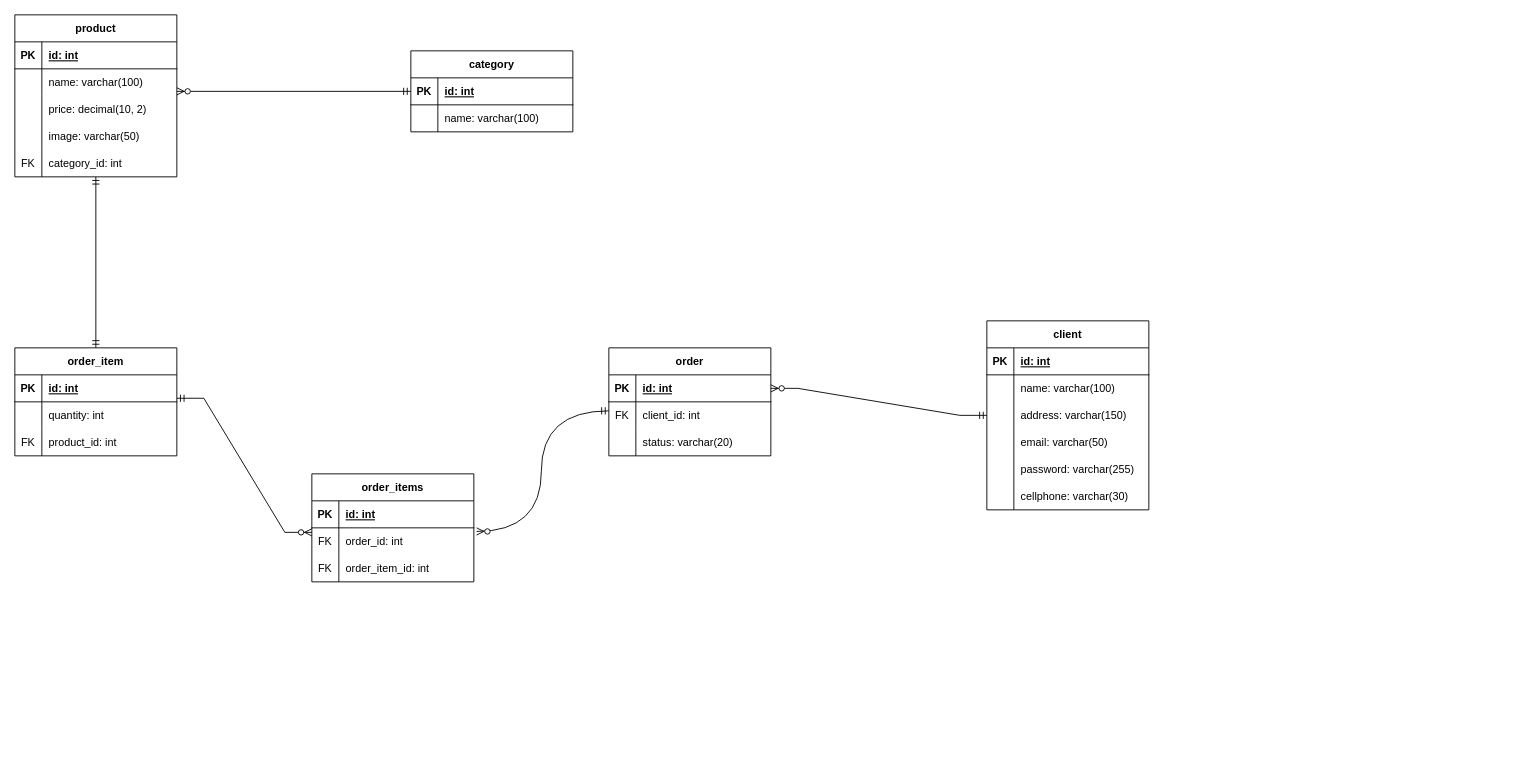
The draw.io diagram docs/ecommerce.drawio in PedroHenrique-git/ecommerce-api, before the edit. Source tidied: cells renumbered, new cells numbered last; positions are measured from the earlier drawing's top-left corner, leaving out a move shared by most shapes. Both pictures are drawn from the tidied source at 90%, with x=0, y=0 at pixel (14, 14).
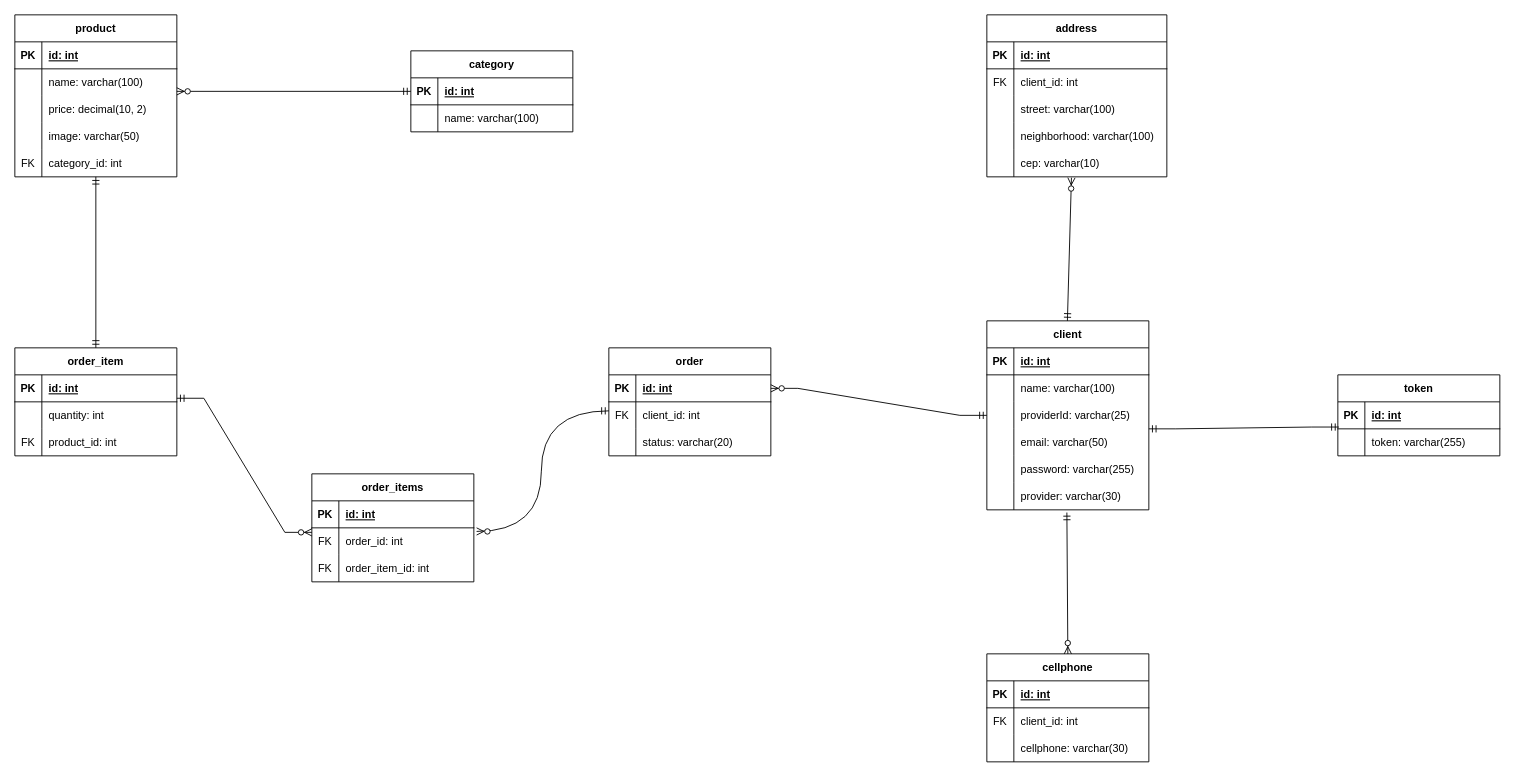
After the change.

Unchanged cells that the change refers to:
```xml
<mxCell id="65" style="shape=tableRow;horizontal=0;startSize=0;swimlaneHead=0;swimlaneBody=0;fillColor=none;points=[[0,0.5],[1,0.5]];portConstraint=eastwest;top=0;left=0;right=0;bottom=0;" parent="58" vertex="1">
  <mxGeometry y="90" width="180" height="30" as="geometry" />
</mxCell>
<mxCell id="74" style="shape=tableRow;horizontal=0;startSize=0;swimlaneHead=0;swimlaneBody=0;fillColor=none;points=[[0,0.5],[1,0.5]];portConstraint=eastwest;top=0;left=0;right=0;bottom=0;" parent="58" vertex="1">
  <mxGeometry y="180" width="180" height="30" as="geometry" />
</mxCell>
```

What changed in the source:
```diff
@@
-    <mxCell id="67" value="address: varchar(150)" style="shape=partialRectangle;fillColor=none;top=0;left=0;bottom=0;right=0;align=left;spacingLeft=6;overflow=hidden;" parent="65" vertex="1">
+    <mxCell id="67" value="providerId: varchar(25)" style="shape=partialRectangle;fillColor=none;top=0;left=0;bottom=0;right=0;align=left;spacingLeft=6;overflow=hidden;" parent="65" vertex="1">
       <mxGeometry x="30" width="150" height="30" as="geometry" />
     </mxCell>
@@
-    <mxCell id="76" value="cellphone: varchar(30)" style="shape=partialRectangle;fillColor=none;top=0;left=0;bottom=0;right=0;align=left;spacingLeft=6;overflow=hidden;" parent="74" vertex="1">
+    <mxCell id="76" value="provider: varchar(30)" style="shape=partialRectangle;fillColor=none;top=0;left=0;bottom=0;right=0;align=left;spacingLeft=6;overflow=hidden;" parent="74" vertex="1">
       <mxGeometry x="30" width="150" height="30" as="geometry" />
     </mxCell>
@@
+    <mxCell id="79" value="token" style="shape=table;startSize=30;childLayout=tableLayout;rowLines=0;fontStyle=1;align=center;" parent="1" vertex="1">
+      <mxGeometry x="1470" y="400" width="180" height="90" as="geometry" />
+    </mxCell>
+    <mxCell id="80" style="shape=tableRow;horizontal=0;startSize=0;swimlaneHead=0;swimlaneBody=0;fillColor=none;points=[[0,0.5],[1,0.5]];portConstraint=eastwest;top=0;left=0;right=0;bottom=1;" parent="79" vertex="1">
+      <mxGeometry y="30" width="180" height="30" as="geometry" />
+    </mxCell>
+    <mxCell id="81" value="PK" style="shape=partialRectangle;fillColor=none;top=0;left=0;bottom=0;right=0;fontStyle=1;overflow=hidden;" parent="80" vertex="1">
+      <mxGeometry width="30" height="30" as="geometry" />
+    </mxCell>
+    <mxCell id="82" value="id: int" style="shape=partialRectangle;fillColor=none;top=0;left=0;bottom=0;right=0;align=left;spacingLeft=6;fontStyle=5;overflow=hidden;" parent="80" vertex="1">
+      <mxGeometry x="30" width="150" height="30" as="geometry" />
+    </mxCell>
+    <mxCell id="83" style="shape=tableRow;horizontal=0;startSize=0;swimlaneHead=0;swimlaneBody=0;fillColor=none;top=0;left=0;right=0;bottom=0;" parent="79" vertex="1">
+      <mxGeometry y="60" width="180" height="30" as="geometry" />
+    </mxCell>
+    <mxCell id="84" style="shape=partialRectangle;fillColor=none;top=0;left=0;bottom=0;right=0;overflow=hidden;" parent="83" vertex="1">
+      <mxGeometry width="30" height="30" as="geometry" />
+    </mxCell>
+    <mxCell id="85" value="token: varchar(255)" style="shape=partialRectangle;fillColor=none;top=0;left=0;bottom=0;right=0;align=left;spacingLeft=6;overflow=hidden;" parent="83" vertex="1">
+      <mxGeometry x="30" width="150" height="30" as="geometry" />
+    </mxCell>
+    <mxCell id="86" style="edgeStyle=entityRelationEdgeStyle;fontSize=12;html=1;endArrow=ERmandOne;startArrow=ERmandOne;rounded=0;entryX=0.006;entryY=0.933;entryDx=0;entryDy=0;entryPerimeter=0;" parent="1" edge="1" target="80">
+      <mxGeometry relative="1" as="geometry">
+        <mxPoint x="1260" y="460" as="sourcePoint" />
+      </mxGeometry>
+    </mxCell>
+    <mxCell id="87" value="address" style="shape=table;startSize=30;childLayout=tableLayout;rowLines=0;fontStyle=1;align=center;" parent="1" vertex="1">
+      <mxGeometry x="1080" width="200" height="180" as="geometry" />
+    </mxCell>
+    <mxCell id="88" style="shape=tableRow;horizontal=0;startSize=0;swimlaneHead=0;swimlaneBody=0;fillColor=none;top=0;left=0;right=0;bottom=1;" parent="87" vertex="1">
+      <mxGeometry y="30" width="200" height="30" as="geometry" />
+    </mxCell>
+    <mxCell id="89" value="PK" style="shape=partialRectangle;fillColor=none;top=0;left=0;bottom=0;right=0;fontStyle=1;overflow=hidden;" parent="88" vertex="1">
+      <mxGeometry width="30" height="30" as="geometry" />
+    </mxCell>
+    <mxCell id="90" value="id: int" style="shape=partialRectangle;fillColor=none;top=0;left=0;bottom=0;right=0;align=left;spacingLeft=6;fontStyle=5;overflow=hidden;" parent="88" vertex="1">
+      <mxGeometry x="30" width="170" height="30" as="geometry" />
+    </mxCell>
+    <mxCell id="91" style="shape=tableRow;horizontal=0;startSize=0;swimlaneHead=0;swimlaneBody=0;fillColor=none;top=0;left=0;right=0;bottom=0;" parent="87" vertex="1">
+      <mxGeometry y="60" width="200" height="30" as="geometry" />
+    </mxCell>
+    <mxCell id="92" value="FK" style="shape=partialRectangle;fillColor=none;top=0;left=0;bottom=0;right=0;overflow=hidden;" parent="91" vertex="1">
+      <mxGeometry width="30" height="30" as="geometry" />
+    </mxCell>
+    <mxCell id="93" value="client_id: int" style="shape=partialRectangle;fillColor=none;top=0;left=0;bottom=0;right=0;align=left;spacingLeft=6;overflow=hidden;" parent="91" vertex="1">
+      <mxGeometry x="30" width="170" height="30" as="geometry" />
+    </mxCell>
+    <mxCell id="94" style="shape=tableRow;horizontal=0;startSize=0;swimlaneHead=0;swimlaneBody=0;fillColor=none;top=0;left=0;right=0;bottom=0;" parent="87" vertex="1">
+      <mxGeometry y="90" width="200" height="30" as="geometry" />
+    </mxCell>
+    <mxCell id="95" style="shape=partialRectangle;fillColor=none;top=0;left=0;bottom=0;right=0;overflow=hidden;" parent="94" vertex="1">
+      <mxGeometry width="30" height="30" as="geometry" />
+    </mxCell>
+    <mxCell id="96" value="street: varchar(100)" style="shape=partialRectangle;fillColor=none;top=0;left=0;bottom=0;right=0;align=left;spacingLeft=6;overflow=hidden;" parent="94" vertex="1">
+      <mxGeometry x="30" width="170" height="30" as="geometry" />
+    </mxCell>
+    <mxCell id="97" style="shape=tableRow;horizontal=0;startSize=0;swimlaneHead=0;swimlaneBody=0;fillColor=none;top=0;left=0;right=0;bottom=0;" parent="87" vertex="1">
+      <mxGeometry y="120" width="200" height="30" as="geometry" />
+    </mxCell>
+    <mxCell id="98" style="shape=partialRectangle;fillColor=none;top=0;left=0;bottom=0;right=0;overflow=hidden;" parent="97" vertex="1">
+      <mxGeometry width="30" height="30" as="geometry" />
+    </mxCell>
+    <mxCell id="99" value="neighborhood: varchar(100)" style="shape=partialRectangle;fillColor=none;top=0;left=0;bottom=0;right=0;align=left;spacingLeft=6;overflow=hidden;" parent="97" vertex="1">
+      <mxGeometry x="30" width="170" height="30" as="geometry" />
+    </mxCell>
+    <mxCell id="100" style="shape=tableRow;horizontal=0;startSize=0;swimlaneHead=0;swimlaneBody=0;fillColor=none;points=[[0,0.5],[1,0.5]];portConstraint=eastwest;top=0;left=0;right=0;bottom=0;" parent="87" vertex="1">
+      <mxGeometry y="150" width="200" height="30" as="geometry" />
+    </mxCell>
+    <mxCell id="101" style="shape=partialRectangle;fillColor=none;top=0;left=0;bottom=0;right=0;overflow=hidden;" parent="100" vertex="1">
+      <mxGeometry width="30" height="30" as="geometry" />
+    </mxCell>
+    <mxCell id="102" value="cep: varchar(10)" style="shape=partialRectangle;fillColor=none;top=0;left=0;bottom=0;right=0;align=left;spacingLeft=6;overflow=hidden;" parent="100" vertex="1">
+      <mxGeometry x="30" width="170" height="30" as="geometry" />
+    </mxCell>
+    <mxCell id="103" style="fontSize=12;html=1;endArrow=ERzeroToMany;startArrow=ERmandOne;rounded=0;entryX=0.47;entryY=1.033;entryDx=0;entryDy=0;entryPerimeter=0;" parent="1" edge="1" target="100">
+      <mxGeometry relative="1" as="geometry">
+        <mxPoint x="1169.5" y="340" as="sourcePoint" />
+      </mxGeometry>
+    </mxCell>
+    <mxCell id="104" value="cellphone" style="shape=table;startSize=30;childLayout=tableLayout;rowLines=0;fontStyle=1;align=center;" parent="1" vertex="1">
+      <mxGeometry x="1080" y="710" width="180" height="120" as="geometry" />
+    </mxCell>
+    <mxCell id="105" style="shape=tableRow;horizontal=0;startSize=0;swimlaneHead=0;swimlaneBody=0;fillColor=none;top=0;left=0;right=0;bottom=1;" parent="104" vertex="1">
+      <mxGeometry y="30" width="180" height="30" as="geometry" />
+    </mxCell>
+    <mxCell id="106" value="PK" style="shape=partialRectangle;fillColor=none;top=0;left=0;bottom=0;right=0;fontStyle=1;overflow=hidden;" parent="105" vertex="1">
+      <mxGeometry width="30" height="30" as="geometry" />
+    </mxCell>
+    <mxCell id="107" value="id: int" style="shape=partialRectangle;fillColor=none;top=0;left=0;bottom=0;right=0;align=left;spacingLeft=6;fontStyle=5;overflow=hidden;" parent="105" vertex="1">
+      <mxGeometry x="30" width="150" height="30" as="geometry" />
+    </mxCell>
+    <mxCell id="108" style="shape=tableRow;horizontal=0;startSize=0;swimlaneHead=0;swimlaneBody=0;fillColor=none;top=0;left=0;right=0;bottom=0;" parent="104" vertex="1">
+      <mxGeometry y="60" width="180" height="30" as="geometry" />
+    </mxCell>
+    <mxCell id="109" value="FK" style="shape=partialRectangle;fillColor=none;top=0;left=0;bottom=0;right=0;overflow=hidden;" parent="108" vertex="1">
+      <mxGeometry width="30" height="30" as="geometry" />
+    </mxCell>
+    <mxCell id="110" value="client_id: int" style="shape=partialRectangle;fillColor=none;top=0;left=0;bottom=0;right=0;align=left;spacingLeft=6;overflow=hidden;" parent="108" vertex="1">
+      <mxGeometry x="30" width="150" height="30" as="geometry" />
+    </mxCell>
+    <mxCell id="111" style="shape=tableRow;horizontal=0;startSize=0;swimlaneHead=0;swimlaneBody=0;fillColor=none;top=0;left=0;right=0;bottom=0;" parent="104" vertex="1">
+      <mxGeometry y="90" width="180" height="30" as="geometry" />
+    </mxCell>
+    <mxCell id="112" style="shape=partialRectangle;fillColor=none;top=0;left=0;bottom=0;right=0;overflow=hidden;" parent="111" vertex="1">
+      <mxGeometry width="30" height="30" as="geometry" />
+    </mxCell>
+    <mxCell id="113" value="cellphone: varchar(30)" style="shape=partialRectangle;fillColor=none;top=0;left=0;bottom=0;right=0;align=left;spacingLeft=6;overflow=hidden;" parent="111" vertex="1">
+      <mxGeometry x="30" width="150" height="30" as="geometry" />
+    </mxCell>
+    <mxCell id="114" style="fontSize=12;html=1;endArrow=ERzeroToMany;startArrow=ERmandOne;rounded=0;entryX=0.5;entryY=0;entryDx=0;entryDy=0;exitX=0.494;exitY=1.1;exitDx=0;exitDy=0;exitPerimeter=0;" parent="1" edge="1" source="74" target="104">
+      <mxGeometry relative="1" as="geometry" />
+    </mxCell>
```
